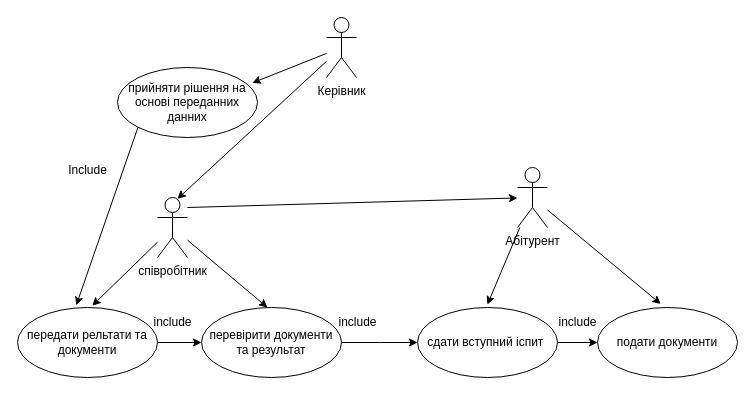
This is uml5.drawio from LikOfTheLichKing/lab_1, a draw.io file, before an edit. Source tidied: cells renumbered, new cells numbered last; positions are measured from the earlier drawing's top-left corner, leaving out a move shared by most shapes. Both pictures are drawn from the tidied source at 100%, with x=0, y=0 at pixel (17, 17).
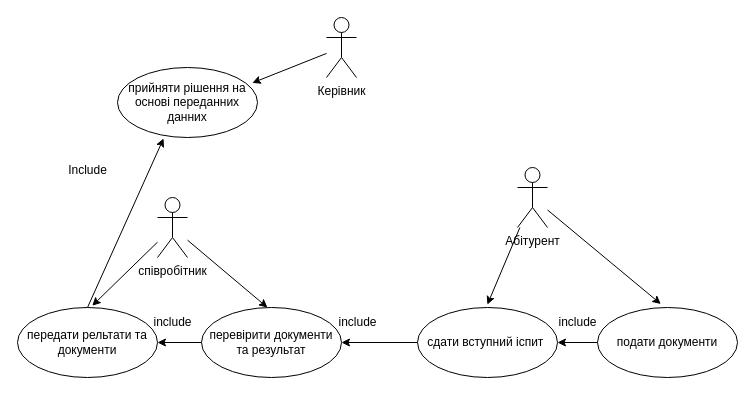
Above is the later version.

The change refers to these unchanged cells:
```xml
<mxCell id="2" value="Керiвник" style="shape=umlActor;verticalLabelPosition=bottom;verticalAlign=top;html=1;" parent="1" vertex="1">
  <mxGeometry x="309" width="30" height="60" as="geometry" />
</mxCell>
<mxCell id="3" value="Абiтурент" style="shape=umlActor;verticalLabelPosition=bottom;verticalAlign=top;html=1;" parent="1" vertex="1">
  <mxGeometry x="500" y="150" width="30" height="60" as="geometry" />
</mxCell>
<mxCell id="4" value="спiвробiтник" style="shape=umlActor;verticalLabelPosition=bottom;verticalAlign=top;html=1;" parent="1" vertex="1">
  <mxGeometry x="140" y="180" width="30" height="60" as="geometry" />
</mxCell>
<mxCell id="6" value="сдати вступний iспит&amp;nbsp;" style="ellipse;whiteSpace=wrap;html=1;" parent="1" vertex="1">
  <mxGeometry x="400" y="290" width="140" height="70" as="geometry" />
</mxCell>
<mxCell id="9" value="перевiрити документи та результат" style="ellipse;whiteSpace=wrap;html=1;" parent="1" vertex="1">
  <mxGeometry x="184" y="290" width="140" height="70" as="geometry" />
</mxCell>
<mxCell id="13" value="передати рельтати та документи" style="ellipse;whiteSpace=wrap;html=1;" parent="1" vertex="1">
  <mxGeometry y="290" width="140" height="70" as="geometry" />
</mxCell>
<mxCell id="15" value="прийняти рiшення на основi переданних данних" style="ellipse;whiteSpace=wrap;html=1;" parent="1" vertex="1">
  <mxGeometry x="100" y="50" width="140" height="70" as="geometry" />
</mxCell>
<mxCell id="17" value="подати документи" style="ellipse;whiteSpace=wrap;html=1;" parent="1" vertex="1">
  <mxGeometry x="580" y="290" width="140" height="70" as="geometry" />
</mxCell>
```

The edit, as a diff of the source:
```diff
@@
-    <mxCell id="5" style="edgeStyle=orthogonalEdgeStyle;rounded=0;jettySize=auto;html=1;" parent="1" edge="1" source="6" target="17">
-      <mxGeometry relative="1" as="geometry" />
-    </mxCell>
@@
-    <mxCell id="8" style="edgeStyle=orthogonalEdgeStyle;rounded=0;jettySize=auto;html=1;" parent="1" edge="1" source="9">
-      <mxGeometry relative="1" as="geometry">
-        <mxPoint x="400" y="325" as="targetPoint" />
-      </mxGeometry>
-    </mxCell>
@@
-    <mxCell id="12" style="edgeStyle=orthogonalEdgeStyle;rounded=0;jettySize=auto;html=1;" parent="1" edge="1" source="13" target="9">
+    <mxCell id="12" style="edgeStyle=orthogonalEdgeStyle;rounded=0;jettySize=auto;html=1;exitX=0;exitY=0.5;exitDx=0;exitDy=0;entryX=1;entryY=0.5;entryDx=0;entryDy=0;" parent="1" edge="1" source="9" target="13">
       <mxGeometry relative="1" as="geometry" />
     </mxCell>
@@
-    <mxCell id="20" style="endArrow=classic;html=1;rounded=0;entryX=0.42;entryY=-0.033;entryDx=0;entryDy=0;entryPerimeter=0;exitX=0;exitY=1;exitDx=0;exitDy=0;" parent="1" edge="1" source="15" target="13">
+    <mxCell id="20" style="endArrow=classic;html=1;rounded=0;entryX=0.329;entryY=1.014;entryDx=0;entryDy=0;entryPerimeter=0;exitX=0.5;exitY=0;exitDx=0;exitDy=0;" parent="1" edge="1" source="13" target="15">
       <mxGeometry relative="1" as="geometry" />
     </mxCell>
@@
-    <mxCell id="23" style="endArrow=classic;html=1;rounded=0;entryX=0.664;entryY=0.023;entryDx=0;entryDy=0;entryPerimeter=0;" parent="1" edge="1" source="2" target="4">
-      <mxGeometry relative="1" as="geometry" />
-    </mxCell>
-    <mxCell id="24" style="endArrow=classic;html=1;rounded=0;" parent="1" edge="1" target="3">
-      <mxGeometry relative="1" as="geometry">
-        <mxPoint x="170" y="190" as="sourcePoint" />
-      </mxGeometry>
-    </mxCell>
+    <mxCell id="25" style="endArrow=classic;html=1;rounded=0;entryX=1;entryY=0.5;entryDx=0;entryDy=0;exitX=0;exitY=0.5;exitDx=0;exitDy=0;" parent="1" edge="1" source="6" target="9">
+      <mxGeometry relative="1" as="geometry" />
+    </mxCell>
+    <mxCell id="26" style="endArrow=classic;html=1;rounded=0;entryX=1;entryY=0.5;entryDx=0;entryDy=0;exitX=0;exitY=0.5;exitDx=0;exitDy=0;" parent="1" edge="1" source="17" target="6">
+      <mxGeometry relative="1" as="geometry" />
+    </mxCell>
```
